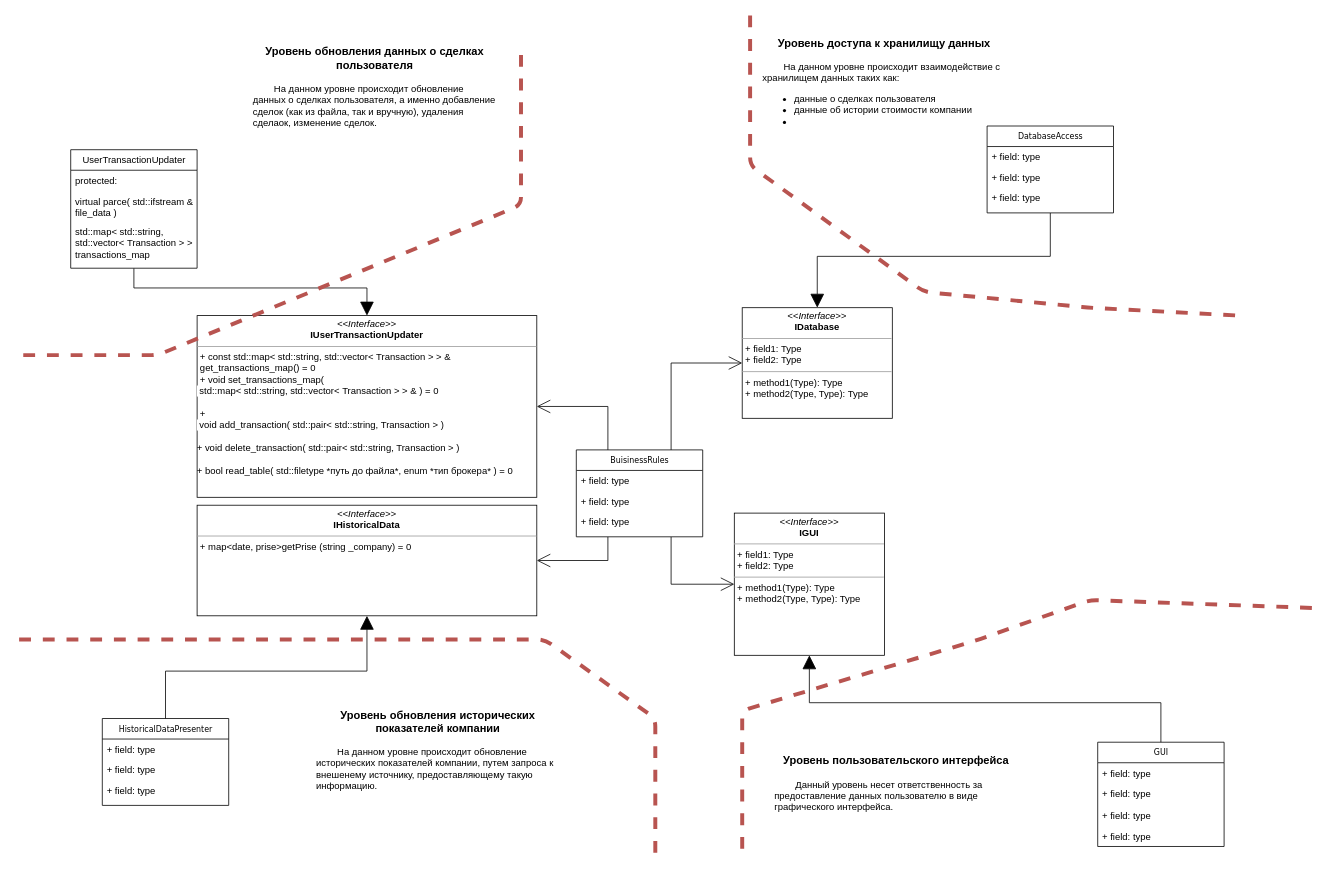
The draw.io diagram docs/MainUML.drawio in SozonovAA/ISP, before the edit. Source tidied: cells renumbered, new cells numbered last; positions are measured from the earlier drawing's top-left corner, leaving out a move shared by most shapes. Both pictures are drawn from the tidied source at 79%, with x=0, y=0 at pixel (15, 15).
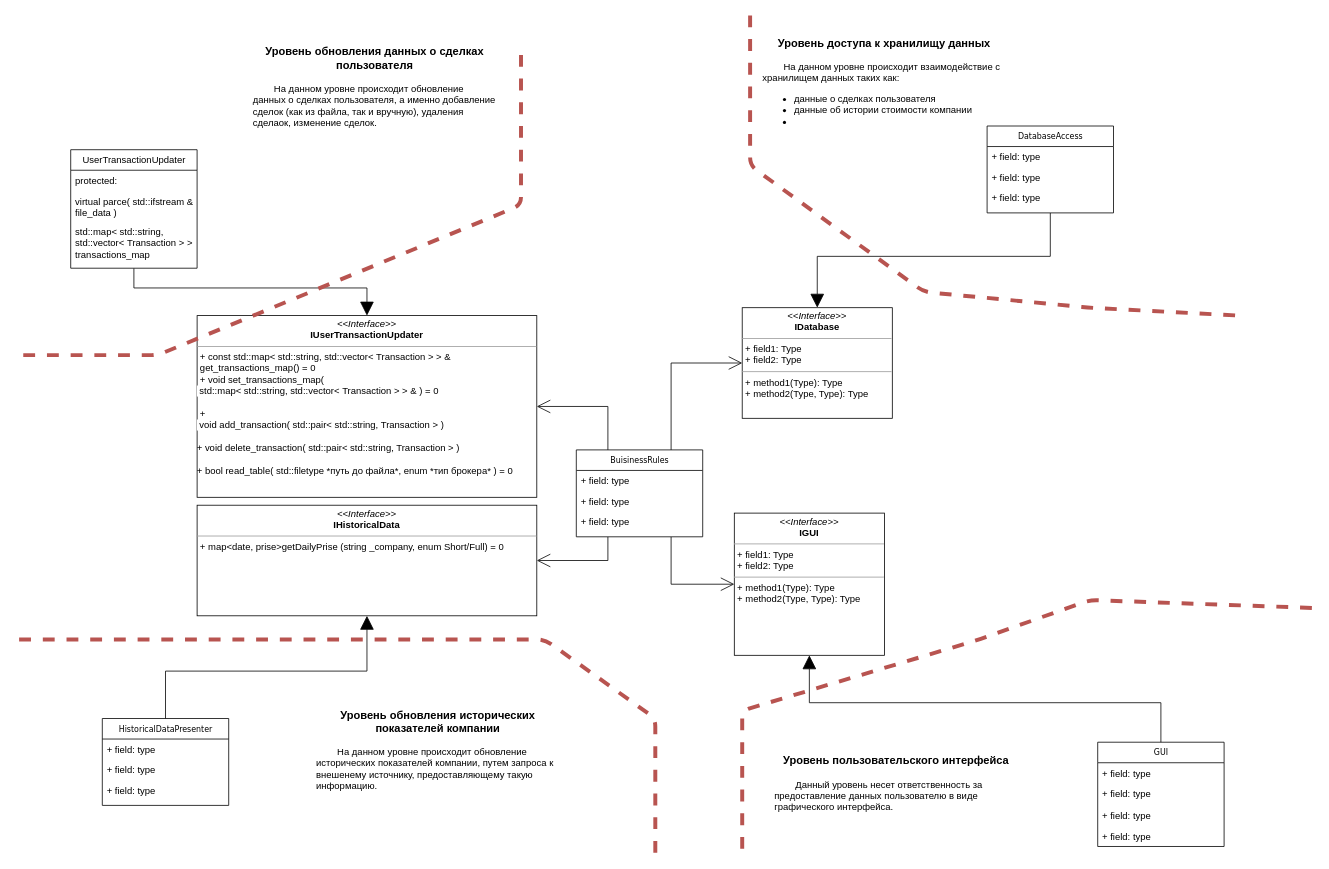
Above is the later version.

What changed in the source:
```diff
@@
-    <mxCell id="16" value="&lt;p style=&quot;margin: 0px ; margin-top: 4px ; text-align: center&quot;&gt;&lt;i&gt;&amp;lt;&amp;lt;Interface&amp;gt;&amp;gt;&lt;/i&gt;&lt;br&gt;&lt;b&gt;IHistoricalData&lt;/b&gt;&lt;/p&gt;&lt;hr size=&quot;1&quot;&gt;&lt;p style=&quot;margin: 0px ; margin-left: 4px&quot;&gt;+ map&amp;lt;date, prise&amp;gt;getPrise (string _company) = 0&lt;br&gt;&lt;/p&gt;&lt;p style=&quot;margin: 0px ; margin-left: 4px&quot;&gt;&lt;br&gt;&lt;/p&gt;" style="verticalAlign=top;align=left;overflow=fill;fontSize=12;fontFamily=Helvetica;html=1;rounded=0;shadow=0;comic=0;labelBackgroundColor=none;strokeWidth=1;" parent="1" vertex="1">
+    <mxCell id="16" value="&lt;p style=&quot;margin: 0px ; margin-top: 4px ; text-align: center&quot;&gt;&lt;i&gt;&amp;lt;&amp;lt;Interface&amp;gt;&amp;gt;&lt;/i&gt;&lt;br&gt;&lt;b&gt;IHistoricalData&lt;/b&gt;&lt;/p&gt;&lt;hr size=&quot;1&quot;&gt;&lt;p style=&quot;margin: 0px ; margin-left: 4px&quot;&gt;+ map&amp;lt;date, prise&amp;gt;getDailyPrise (string _company, enum Short/Full) = 0&lt;br&gt;&lt;/p&gt;&lt;p style=&quot;margin: 0px ; margin-left: 4px&quot;&gt;&lt;br&gt;&lt;/p&gt;" style="verticalAlign=top;align=left;overflow=fill;fontSize=12;fontFamily=Helvetica;html=1;rounded=0;shadow=0;comic=0;labelBackgroundColor=none;strokeWidth=1;" parent="1" vertex="1">
       <mxGeometry x="230" y="620" width="430" height="140" as="geometry" />
     </mxCell>
```
